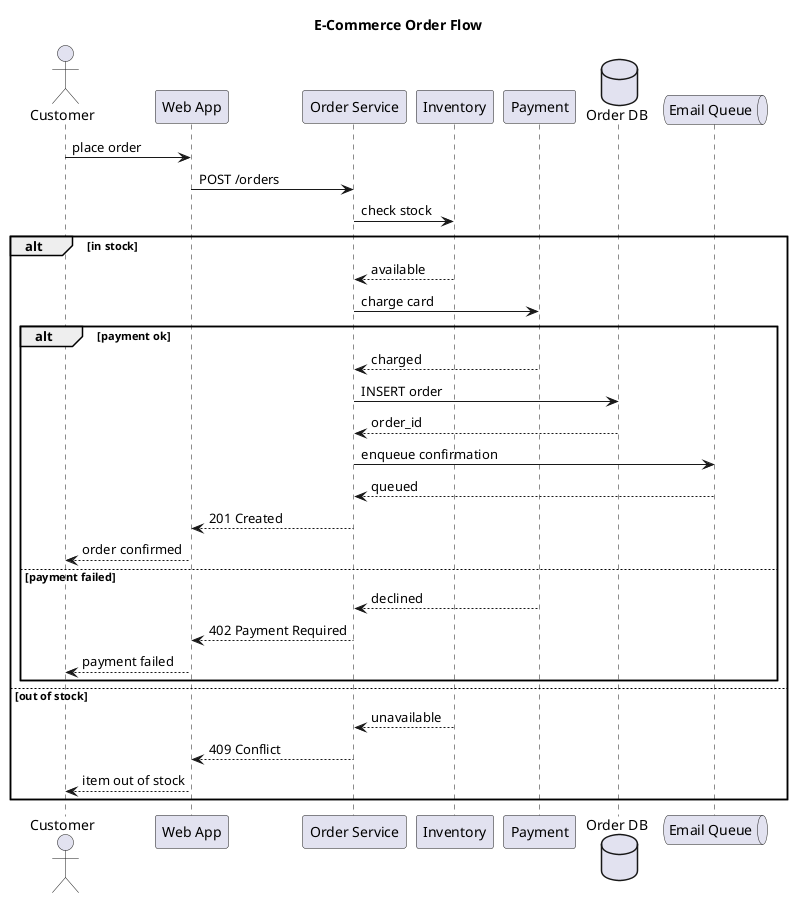
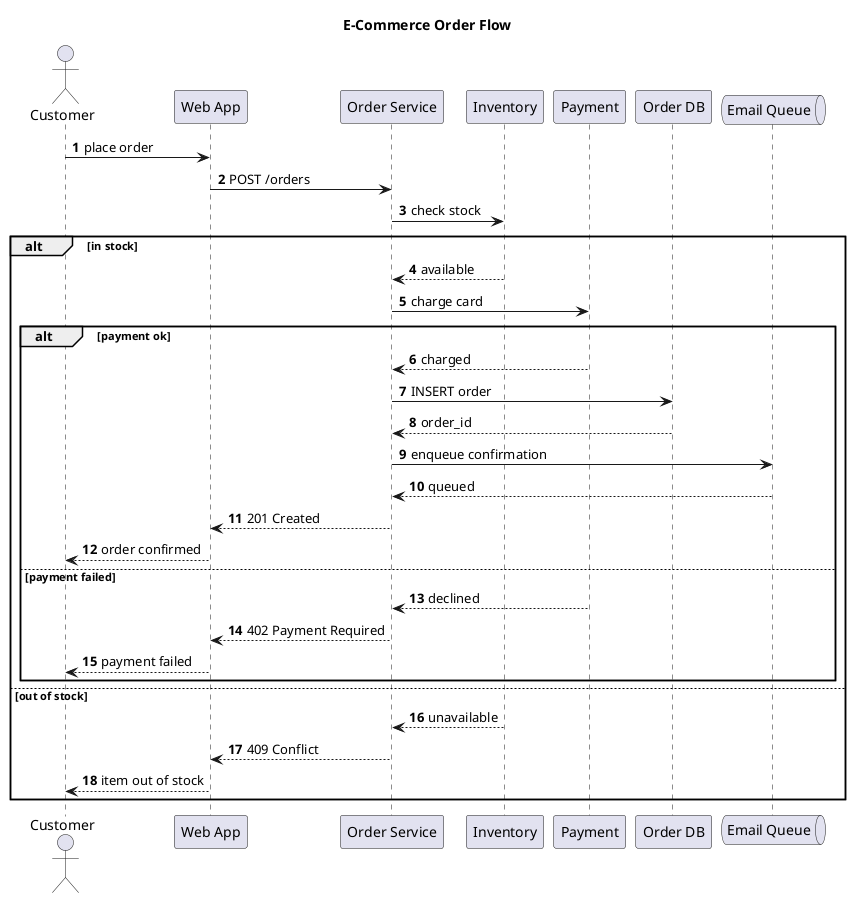
- @startuml
+ @startuml sequence
title E-Commerce Order Flow
+ autonumber
actor Customer
participant "Web App" as Web
participant "Order Service" as Orders
participant "Inventory" as Inv
participant "Payment" as Pay
- database "Order DB" as DB
+ participant "Order DB" as DB
queue "Email Queue" as Mail

Customer -> Web: place order
Web -> Orders: POST /orders
Orders -> Inv: check stock
alt in stock
  Inv --> Orders: available
  Orders -> Pay: charge card
  alt payment ok
    Pay --> Orders: charged
    Orders -> DB: INSERT order
    DB --> Orders: order_id
    Orders -> Mail: enqueue confirmation
    Mail --> Orders: queued
    Orders --> Web: 201 Created
    Web --> Customer: order confirmed
  else payment failed
    Pay --> Orders: declined
    Orders --> Web: 402 Payment Required
    Web --> Customer: payment failed
  end
else out of stock
  Inv --> Orders: unavailable
  Orders --> Web: 409 Conflict
  Web --> Customer: item out of stock
end
@enduml
